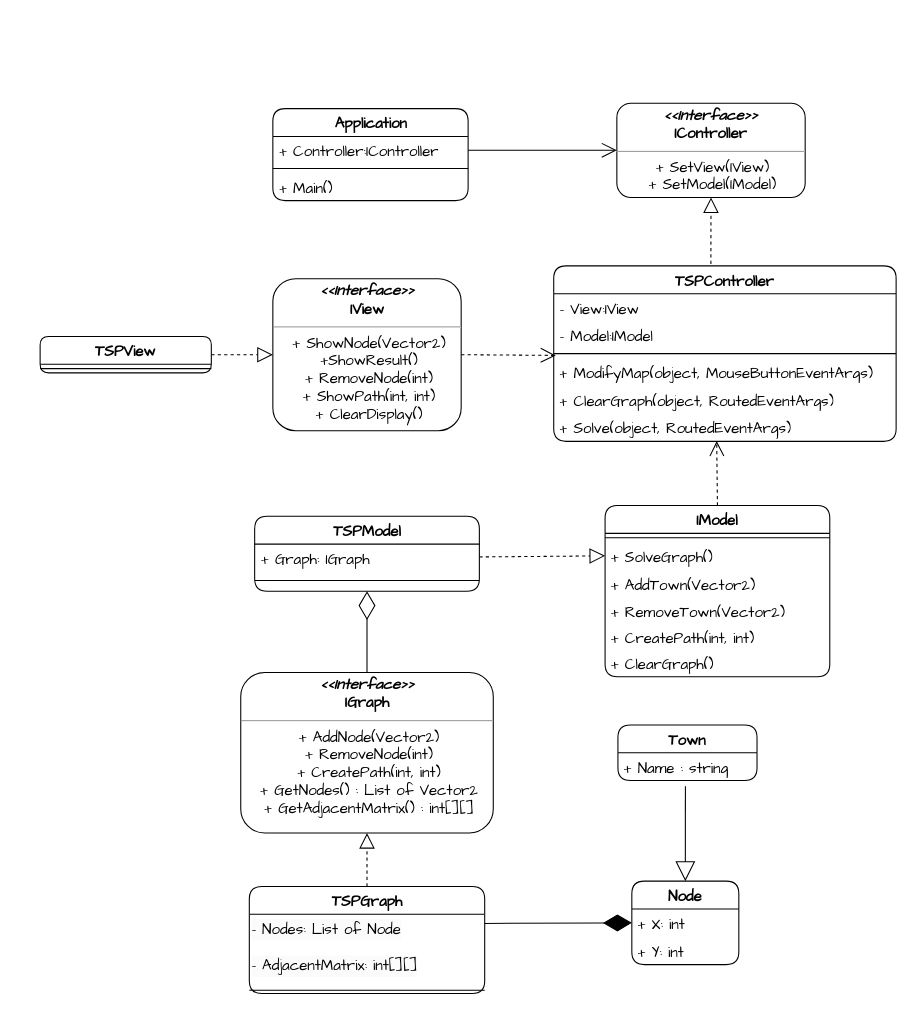
This is SalesmanSolver/Class.drawio from VitaminkaR/ArchitectureLabsPractice, a draw.io file, before an edit. Source tidied: cells renumbered, new cells numbered last; positions are measured from the earlier drawing's top-left corner, leaving out a move shared by most shapes. Both pictures are drawn from the tidied source at 107%, with x=0, y=0 at pixel (40, 103).
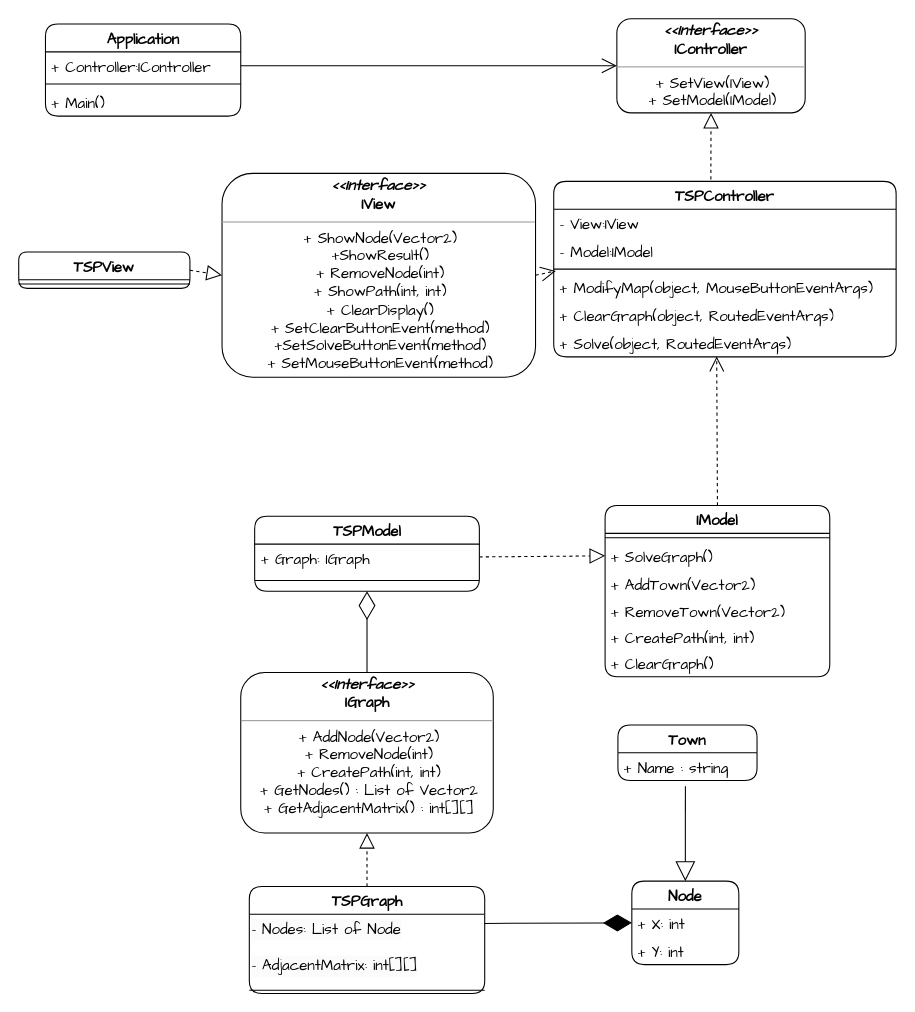
The same diagram, later.

The edit, as a diff of the source:
```diff
@@
     <mxCell id="2" value="TSPView" style="swimlane;fontStyle=1;align=center;verticalAlign=top;horizontal=1;startSize=26;whiteSpace=wrap;html=1;rounded=1;fontFamily=Comic Sans MS;fontSize=14;" parent="1" vertex="1">
-      <mxGeometry y="218" width="160" height="34" as="geometry" />
+      <mxGeometry x="-20" y="139" width="160" height="34" as="geometry" />
     </mxCell>
@@
     <mxCell id="7" value="TSPController" style="swimlane;fontStyle=1;align=center;verticalAlign=top;horizontal=1;startSize=26;whiteSpace=wrap;html=1;rounded=1;fontFamily=Comic Sans MS;fontSize=14;" parent="1" vertex="1">
-      <mxGeometry x="480" y="152" width="320" height="164" as="geometry" />
+      <mxGeometry x="480" y="73" width="320" height="164" as="geometry" />
     </mxCell>
@@
-    <mxCell id="19" value="&lt;p style=&quot;margin:0px;margin-top:4px;text-align:center;&quot;&gt;&lt;i&gt;&amp;lt;&amp;lt;Interface&amp;gt;&amp;gt;&lt;/i&gt;&lt;br&gt;&lt;b&gt;IView&lt;/b&gt;&lt;/p&gt;&lt;hr size=&quot;1&quot;&gt;&lt;p style=&quot;margin:0px;margin-left:4px;&quot;&gt;&lt;span style=&quot;font-weight: normal;&quot;&gt;+ ShowNode(Vector2)&lt;br&gt;&lt;/span&gt;&lt;/p&gt;&lt;p style=&quot;margin:0px;margin-left:4px;&quot;&gt;&lt;span style=&quot;font-weight: normal;&quot;&gt;+ShowResult()&lt;/span&gt;&lt;/p&gt;&lt;p style=&quot;margin:0px;margin-left:4px;&quot;&gt;&lt;span style=&quot;font-weight: normal;&quot;&gt;+ RemoveNode(int)&lt;/span&gt;&lt;/p&gt;&lt;p style=&quot;margin:0px;margin-left:4px;&quot;&gt;&lt;span style=&quot;font-weight: normal;&quot;&gt;+ ShowPath(int, int)&lt;/span&gt;&lt;/p&gt;&lt;p style=&quot;margin:0px;margin-left:4px;&quot;&gt;&lt;span style=&quot;font-weight: normal;&quot;&gt;+ ClearDisplay()&lt;/span&gt;&lt;/p&gt;" style="verticalAlign=top;align=center;overflow=fill;fontSize=14;fontFamily=Comic Sans MS;html=1;whiteSpace=wrap;rounded=1;strokeColor=default;fontColor=default;startSize=26;fillColor=default;fontStyle=1;" parent="1" vertex="1">
-      <mxGeometry x="217.5" y="164" width="176" height="142" as="geometry" />
+    <mxCell id="19" value="&lt;p style=&quot;margin:0px;margin-top:4px;text-align:center;&quot;&gt;&lt;i&gt;&amp;lt;&amp;lt;Interface&amp;gt;&amp;gt;&lt;/i&gt;&lt;br&gt;&lt;b&gt;IView&lt;/b&gt;&lt;/p&gt;&lt;hr size=&quot;1&quot;&gt;&lt;p style=&quot;margin:0px;margin-left:4px;&quot;&gt;&lt;span style=&quot;font-weight: normal;&quot;&gt;+ ShowNode(Vector2)&lt;br&gt;&lt;/span&gt;&lt;/p&gt;&lt;p style=&quot;margin:0px;margin-left:4px;&quot;&gt;&lt;span style=&quot;font-weight: normal;&quot;&gt;+ShowResult()&lt;/span&gt;&lt;/p&gt;&lt;p style=&quot;margin:0px;margin-left:4px;&quot;&gt;&lt;span style=&quot;font-weight: normal;&quot;&gt;+ RemoveNode(int)&lt;/span&gt;&lt;/p&gt;&lt;p style=&quot;margin:0px;margin-left:4px;&quot;&gt;&lt;span style=&quot;font-weight: normal;&quot;&gt;+ ShowPath(int, int)&lt;/span&gt;&lt;/p&gt;&lt;p style=&quot;margin:0px;margin-left:4px;&quot;&gt;&lt;span style=&quot;font-weight: normal;&quot;&gt;+ ClearDisplay()&lt;/span&gt;&lt;/p&gt;&lt;p style=&quot;margin:0px;margin-left:4px;&quot;&gt;&lt;span style=&quot;font-weight: normal;&quot;&gt;+ SetClearButtonEvent(method)&lt;/span&gt;&lt;/p&gt;&lt;p style=&quot;margin:0px;margin-left:4px;&quot;&gt;&lt;span style=&quot;font-weight: normal;&quot;&gt;+SetSolveButtonEvent(method)&lt;/span&gt;&lt;/p&gt;&lt;p style=&quot;margin:0px;margin-left:4px;&quot;&gt;&lt;span style=&quot;font-weight: 400;&quot;&gt;+ SetMouseButtonEvent(method)&lt;/span&gt;&lt;/p&gt;" style="verticalAlign=top;align=center;overflow=fill;fontSize=14;fontFamily=Comic Sans MS;html=1;whiteSpace=wrap;rounded=1;strokeColor=default;fontColor=default;startSize=26;fillColor=default;fontStyle=1;" parent="1" vertex="1">
+      <mxGeometry x="170" y="65.5" width="293" height="190.5" as="geometry" />
     </mxCell>
@@
     <mxCell id="39" value="Application" style="swimlane;fontStyle=1;align=center;verticalAlign=top;horizontal=1;startSize=26;whiteSpace=wrap;html=1;rounded=1;fontFamily=Comic Sans MS;fontSize=14;" parent="1" vertex="1">
-      <mxGeometry x="217.5" y="5" width="182.5" height="86" as="geometry" />
+      <mxGeometry x="5" y="-74" width="182.5" height="86" as="geometry" />
     </mxCell>
@@
     <mxCell id="43" value="&lt;p style=&quot;margin:0px;margin-top:4px;text-align:center;&quot;&gt;&lt;i&gt;&amp;lt;&amp;lt;Interface&amp;gt;&amp;gt;&lt;/i&gt;&lt;br&gt;&lt;b&gt;IController&lt;/b&gt;&lt;/p&gt;&lt;hr size=&quot;1&quot;&gt;&lt;p style=&quot;margin:0px;margin-left:4px;&quot;&gt;&lt;span style=&quot;font-weight: normal;&quot;&gt;+ SetView(IView)&lt;/span&gt;&lt;/p&gt;&lt;p style=&quot;margin:0px;margin-left:4px;&quot;&gt;&lt;span style=&quot;font-weight: normal;&quot;&gt;+ SetModel(IModel)&lt;/span&gt;&lt;/p&gt;" style="verticalAlign=top;align=center;overflow=fill;fontSize=14;fontFamily=Comic Sans MS;html=1;whiteSpace=wrap;rounded=1;strokeColor=default;fontColor=default;startSize=26;fillColor=default;fontStyle=1;" parent="1" vertex="1">
-      <mxGeometry x="539" width="176" height="88" as="geometry" />
+      <mxGeometry x="539" y="-79" width="176" height="88" as="geometry" />
     </mxCell>
```
